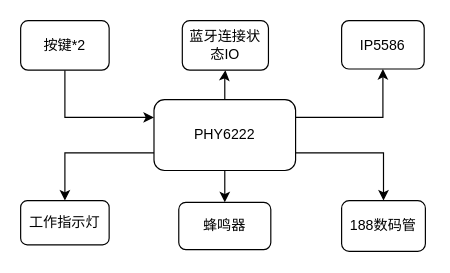
Earlier version of the draw.io diagram power_bank_hardware.drawio (JeffYec/Jeff). Source tidied: cells renumbered, new cells numbered last; positions are measured from the earlier drawing's top-left corner, leaving out a move shared by most shapes. Both pictures are drawn from the tidied source at 118%, with x=0, y=0 at pixel (20, 20).
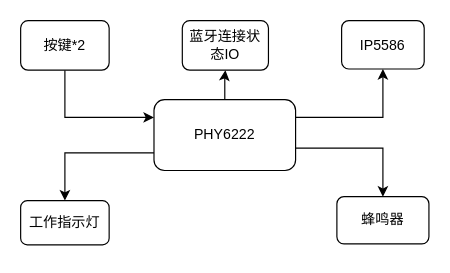
The same page after the edit.

The edit, as a diff of the source:
```diff
@@
 <mxGraphModel>
   <root>
     <mxCell id="0" />
     <mxCell id="1" parent="0" />
     <mxCell id="2" style="edgeStyle=orthogonalEdgeStyle;rounded=0;jettySize=auto;html=1;" parent="1" edge="1" source="7" target="12">
       <mxGeometry relative="1" as="geometry" />
     </mxCell>
     <mxCell id="3" style="edgeStyle=orthogonalEdgeStyle;rounded=0;jettySize=auto;html=1;" parent="1" edge="1" source="7" target="10">
-      <mxGeometry relative="1" as="geometry" />
+      <mxGeometry relative="1" as="geometry">
+        <Array as="points">
+          <mxPoint x="307" y="108" />
+        </Array>
+      </mxGeometry>
     </mxCell>
     <mxCell id="4" style="edgeStyle=orthogonalEdgeStyle;rounded=0;jettySize=auto;html=1;exitX=1;exitY=0.25;exitDx=0;exitDy=0;entryX=0.5;entryY=1;entryDx=0;entryDy=0;" parent="1" edge="1" source="7" target="14">
       <mxGeometry relative="1" as="geometry" />
     </mxCell>
-    <mxCell id="5" style="edgeStyle=orthogonalEdgeStyle;rounded=0;jettySize=auto;html=1;exitX=1;exitY=0.75;exitDx=0;exitDy=0;" parent="1" edge="1" source="7" target="13">
-      <mxGeometry relative="1" as="geometry" />
-    </mxCell>
     <mxCell id="6" style="edgeStyle=orthogonalEdgeStyle;rounded=0;jettySize=auto;html=1;exitX=0;exitY=0.75;exitDx=0;exitDy=0;" parent="1" edge="1" source="7" target="11">
       <mxGeometry relative="1" as="geometry" />
     </mxCell>
     <mxCell id="7" value="PHY6222" style="rounded=1;whiteSpace=wrap;html=1;" parent="1" vertex="1">
       <mxGeometry x="113" y="67" width="120" height="60" as="geometry" />
     </mxCell>
     <mxCell id="8" style="edgeStyle=orthogonalEdgeStyle;rounded=0;jettySize=auto;html=1;exitX=0.5;exitY=1;exitDx=0;exitDy=0;entryX=0;entryY=0.25;entryDx=0;entryDy=0;" parent="1" edge="1" source="9" target="7">
       <mxGeometry relative="1" as="geometry" />
     </mxCell>
     <mxCell id="9" value="按键*2" style="rounded=1;whiteSpace=wrap;html=1;" parent="1" vertex="1">
       <mxGeometry width="75" height="42" as="geometry" />
     </mxCell>
     <mxCell id="10" value="蜂鸣器" style="rounded=1;whiteSpace=wrap;html=1;" parent="1" vertex="1">
-      <mxGeometry x="134" y="154" width="78" height="40" as="geometry" />
+      <mxGeometry x="268" y="149.2" width="78" height="40" as="geometry" />
     </mxCell>
     <mxCell id="11" value="工作指示灯" style="rounded=1;whiteSpace=wrap;html=1;" parent="1" vertex="1">
       <mxGeometry y="152.5" width="75" height="37.5" as="geometry" />
     </mxCell>
     <mxCell id="12" value="蓝牙连接状态IO" style="rounded=1;whiteSpace=wrap;html=1;" parent="1" vertex="1">
       <mxGeometry x="137" width="73" height="42" as="geometry" />
     </mxCell>
-    <mxCell id="13" value="188数码管" style="rounded=1;whiteSpace=wrap;html=1;" parent="1" vertex="1">
-      <mxGeometry x="272" y="152.5" width="71" height="43" as="geometry" />
-    </mxCell>
     <mxCell id="14" value="IP5586" style="rounded=1;whiteSpace=wrap;html=1;" parent="1" vertex="1">
       <mxGeometry x="272" width="70" height="41" as="geometry" />
     </mxCell>
   </root>
 </mxGraphModel>
```
